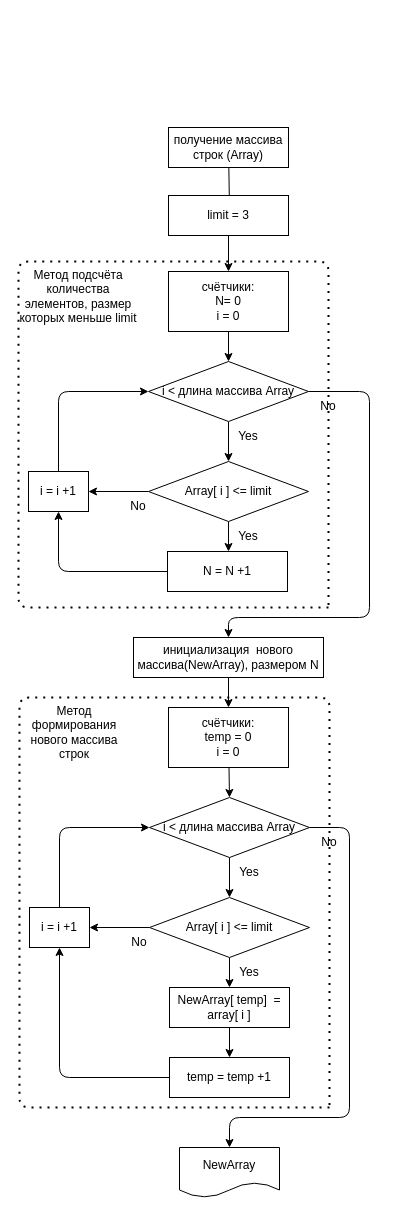
Above: block_diagram.drawio in m1644/Practical-task_001 (draw.io), before the change. Source tidied: cells renumbered, new cells numbered last; positions are measured from the earlier drawing's top-left corner, leaving out a move shared by most shapes. Both pictures are drawn from the tidied source at 100%, with x=0, y=0 at pixel (18, 127).
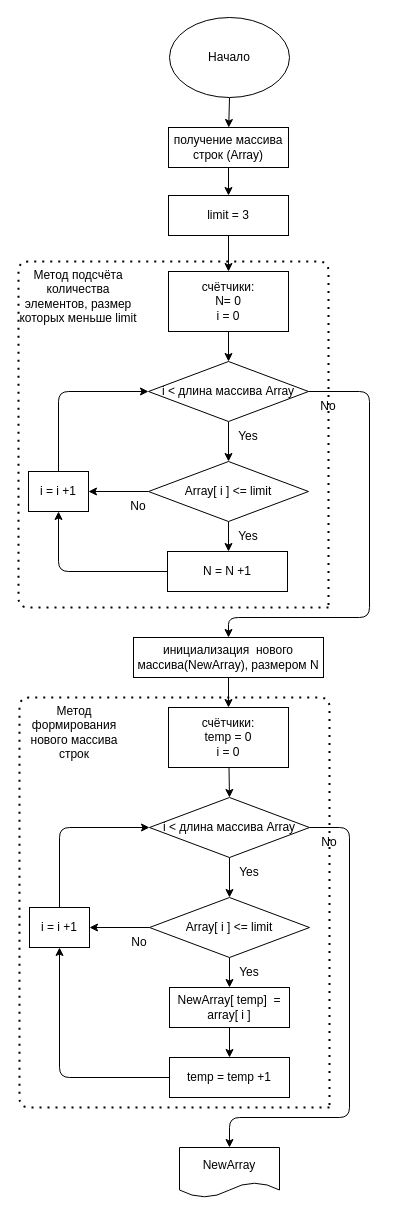
The same diagram, later.

Unchanged cells that the change refers to:
```xml
<mxCell id="3" value="получение массива строк (Array)" style="rounded=0;whiteSpace=wrap;html=1;" parent="1" vertex="1">
  <mxGeometry x="150" width="120" height="40" as="geometry" />
</mxCell>
<mxCell id="46" value="limit = 3" style="rounded=0;whiteSpace=wrap;html=1;" parent="1" vertex="1">
  <mxGeometry x="150" y="68" width="120" height="40" as="geometry" />
</mxCell>
```

Diff of the diagram source:
```diff
@@
-    <mxCell id="2" style="edgeStyle=none;html=1;entryX=0.5;entryY=0;entryDx=0;entryDy=0;" parent="1" edge="1" source="3">
-      <mxGeometry relative="1" as="geometry">
-        <mxPoint x="211" y="80" as="targetPoint" />
-      </mxGeometry>
+    <mxCell id="2" style="edgeStyle=none;html=1;entryX=0.5;entryY=0;entryDx=0;entryDy=0;" parent="1" edge="1" source="3" target="46">
+      <mxGeometry relative="1" as="geometry" />
     </mxCell>
@@
+    <mxCell id="47" style="edgeStyle=none;html=1;" parent="1" edge="1" source="48" target="3">
+      <mxGeometry relative="1" as="geometry" />
+    </mxCell>
+    <mxCell id="48" value="Начало" style="ellipse;whiteSpace=wrap;html=1;" parent="1" vertex="1">
+      <mxGeometry x="151" y="-110" width="120" height="80" as="geometry" />
+    </mxCell>
```
